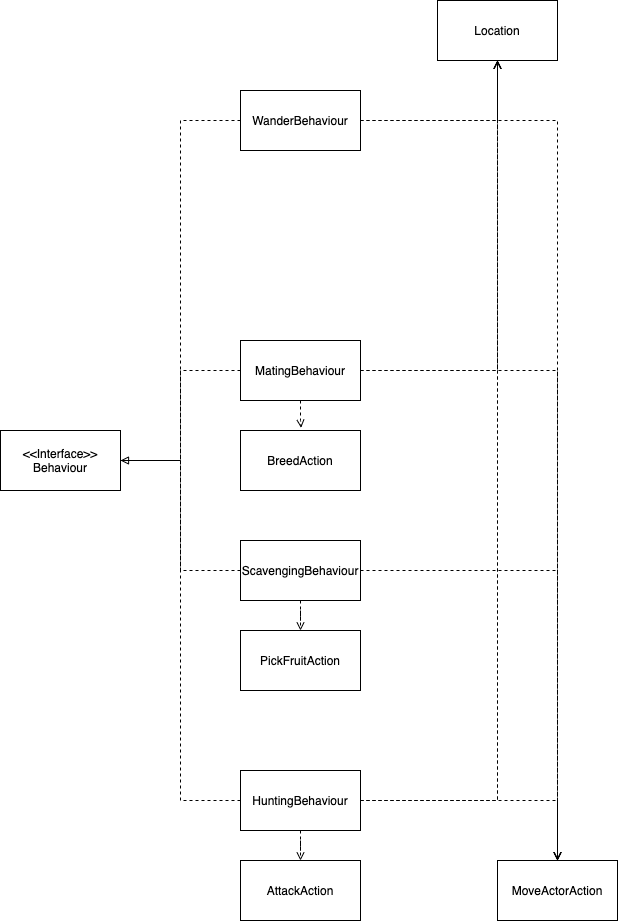
The draw.io diagram docs/FIT2099_A1_UML_Behaviour.png in Nochl/Jurrasic_Park_Sim, before a commit. Source tidied: cells renumbered, new cells last; positions are measured from the earlier drawing's top-left corner, leaving out a move shared by most shapes.
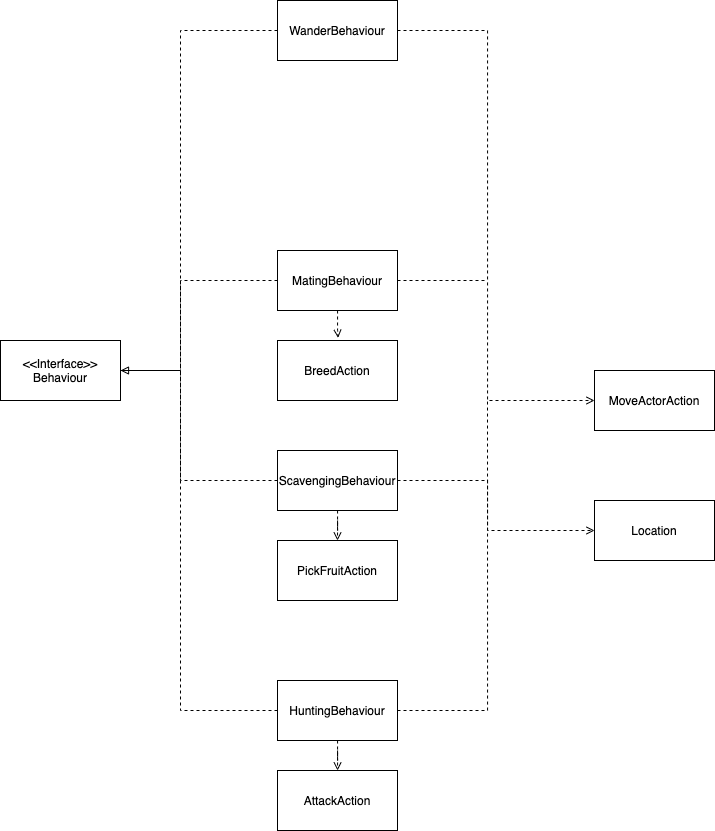
The same diagram one commit later.

Commit message:
Altered UML Class Diagrams

Change to the diagram source:
```diff
@@ -5,93 +5,93 @@
     <mxCell id="2" style="edgeStyle=orthogonalEdgeStyle;rounded=0;jettySize=auto;html=1;exitX=0;exitY=0.5;exitDx=0;exitDy=0;entryX=1;entryY=0.5;entryDx=0;entryDy=0;dashed=1;endArrow=block;endFill=0;" parent="1" edge="1" source="5" target="21">
       <mxGeometry relative="1" as="geometry">
         <Array as="points">
-          <mxPoint x="180" y="120" />
-          <mxPoint x="180" y="460" />
+          <mxPoint x="143" y="120" />
+          <mxPoint x="143" y="460" />
         </Array>
       </mxGeometry>
     </mxCell>
-    <mxCell id="3" style="edgeStyle=orthogonalEdgeStyle;rounded=0;jettySize=auto;html=1;entryX=0.5;entryY=0;entryDx=0;entryDy=0;dashed=1;endArrow=open;endFill=0;" parent="1" edge="1" source="5" target="23">
-      <mxGeometry relative="1" as="geometry" />
+    <mxCell id="3" style="edgeStyle=orthogonalEdgeStyle;rounded=0;jettySize=auto;html=1;exitX=1;exitY=0.5;exitDx=0;exitDy=0;dashed=1;endArrow=open;endFill=0;entryX=0;entryY=0.5;entryDx=0;entryDy=0;" parent="1" edge="1" source="5" target="23">
+      <mxGeometry relative="1" as="geometry">
+        <Array as="points">
+          <mxPoint x="450" y="120" />
+          <mxPoint x="450" y="490" />
+        </Array>
+      </mxGeometry>
     </mxCell>
-    <mxCell id="4" style="edgeStyle=orthogonalEdgeStyle;rounded=0;jettySize=auto;html=1;dashed=1;endArrow=open;endFill=0;" parent="1" edge="1" source="5" target="24">
-      <mxGeometry relative="1" as="geometry" />
-    </mxCell>
     <mxCell id="5" value="WanderBehaviour" style="whiteSpace=wrap;html=1;" parent="1" vertex="1">
       <mxGeometry x="240" y="90" width="120" height="60" as="geometry" />
     </mxCell>
     <mxCell id="6" style="edgeStyle=orthogonalEdgeStyle;rounded=0;jettySize=auto;html=1;exitX=0;exitY=0.5;exitDx=0;exitDy=0;entryX=1;entryY=0.5;entryDx=0;entryDy=0;dashed=1;endArrow=none;endFill=0;" parent="1" edge="1" source="10" target="21">
       <mxGeometry relative="1" as="geometry">
         <Array as="points">
-          <mxPoint x="180" y="370" />
-          <mxPoint x="180" y="460" />
+          <mxPoint x="143" y="370" />
+          <mxPoint x="143" y="460" />
         </Array>
       </mxGeometry>
     </mxCell>
-    <mxCell id="7" style="edgeStyle=orthogonalEdgeStyle;rounded=0;jettySize=auto;html=1;entryX=0.5;entryY=0;entryDx=0;entryDy=0;dashed=1;endArrow=open;endFill=0;" parent="1" edge="1" source="10" target="23">
-      <mxGeometry relative="1" as="geometry" />
-    </mxCell>
-    <mxCell id="8" style="edgeStyle=orthogonalEdgeStyle;rounded=0;jettySize=auto;html=1;entryX=0.5;entryY=1;entryDx=0;entryDy=0;dashed=1;endArrow=open;endFill=0;" parent="1" edge="1" source="10" target="24">
-      <mxGeometry relative="1" as="geometry" />
-    </mxCell>
     <mxCell id="9" style="edgeStyle=orthogonalEdgeStyle;rounded=0;jettySize=auto;html=1;entryX=0.505;entryY=-0.044;entryDx=0;entryDy=0;entryPerimeter=0;dashed=1;endArrow=open;endFill=0;" parent="1" edge="1" source="10" target="26">
       <mxGeometry relative="1" as="geometry" />
     </mxCell>
+    <mxCell id="27" style="edgeStyle=orthogonalEdgeStyle;rounded=0;jettySize=auto;html=1;dashed=1;endArrow=none;endFill=0;" parent="1" edge="1" source="10">
+      <mxGeometry relative="1" as="geometry">
+        <mxPoint x="450" y="370" as="targetPoint" />
+      </mxGeometry>
+    </mxCell>
     <mxCell id="10" value="MatingBehaviour" style="whiteSpace=wrap;html=1;" parent="1" vertex="1">
       <mxGeometry x="240" y="340" width="120" height="60" as="geometry" />
     </mxCell>
     <mxCell id="11" style="edgeStyle=orthogonalEdgeStyle;rounded=0;jettySize=auto;html=1;exitX=0;exitY=0.5;exitDx=0;exitDy=0;entryX=1;entryY=0.5;entryDx=0;entryDy=0;dashed=1;endArrow=none;endFill=0;" parent="1" edge="1" source="16" target="21">
       <mxGeometry relative="1" as="geometry">
         <Array as="points">
-          <mxPoint x="180" y="800" />
-          <mxPoint x="180" y="460" />
+          <mxPoint x="143" y="800" />
+          <mxPoint x="143" y="460" />
         </Array>
       </mxGeometry>
     </mxCell>
     <mxCell id="12" style="edgeStyle=orthogonalEdgeStyle;rounded=0;jettySize=auto;html=1;dashed=1;endArrow=open;endFill=0;" parent="1" edge="1" source="16" target="22">
       <mxGeometry relative="1" as="geometry" />
     </mxCell>
-    <mxCell id="13" style="edgeStyle=orthogonalEdgeStyle;rounded=0;jettySize=auto;html=1;entryX=0.5;entryY=1;entryDx=0;entryDy=0;endArrow=open;endFill=0;dashed=1;" parent="1" edge="1" source="16" target="24">
-      <mxGeometry relative="1" as="geometry" />
-    </mxCell>
-    <mxCell id="14" style="edgeStyle=orthogonalEdgeStyle;rounded=0;jettySize=auto;html=1;dashed=1;endArrow=open;endFill=0;" parent="1" edge="1" source="16">
-      <mxGeometry relative="1" as="geometry">
-        <mxPoint x="557" y="860" as="targetPoint" />
-      </mxGeometry>
-    </mxCell>
-    <mxCell id="15" style="edgeStyle=orthogonalEdgeStyle;rounded=0;jettySize=auto;html=1;entryX=0.5;entryY=1;entryDx=0;entryDy=0;dashed=1;endArrow=open;endFill=0;" parent="1" edge="1" source="16" target="24">
-      <mxGeometry relative="1" as="geometry" />
-    </mxCell>
+    <mxCell id="28" style="edgeStyle=orthogonalEdgeStyle;rounded=0;jettySize=auto;html=1;exitX=1;exitY=0.5;exitDx=0;exitDy=0;dashed=1;endArrow=none;endFill=0;" parent="1" edge="1" source="16">
+      <mxGeometry relative="1" as="geometry">
+        <mxPoint x="450" y="490" as="targetPoint" />
+      </mxGeometry>
+    </mxCell>
     <mxCell id="16" value="HuntingBehaviour" style="whiteSpace=wrap;html=1;" parent="1" vertex="1">
       <mxGeometry x="240" y="770" width="120" height="60" as="geometry" />
     </mxCell>
     <mxCell id="17" style="edgeStyle=orthogonalEdgeStyle;rounded=0;jettySize=auto;html=1;exitX=0;exitY=0.5;exitDx=0;exitDy=0;entryX=1;entryY=0.5;entryDx=0;entryDy=0;dashed=1;endArrow=none;endFill=0;" parent="1" edge="1" source="20" target="21">
       <mxGeometry relative="1" as="geometry">
         <Array as="points">
-          <mxPoint x="180" y="570" />
-          <mxPoint x="180" y="460" />
+          <mxPoint x="143" y="570" />
+          <mxPoint x="143" y="460" />
         </Array>
       </mxGeometry>
     </mxCell>
-    <mxCell id="18" style="edgeStyle=orthogonalEdgeStyle;rounded=0;jettySize=auto;html=1;entryX=0.5;entryY=0;entryDx=0;entryDy=0;dashed=1;endArrow=open;endFill=0;" parent="1" edge="1" source="20" target="23">
-      <mxGeometry relative="1" as="geometry" />
-    </mxCell>
     <mxCell id="19" style="edgeStyle=orthogonalEdgeStyle;rounded=0;jettySize=auto;html=1;entryX=0.5;entryY=0;entryDx=0;entryDy=0;dashed=1;endArrow=open;endFill=0;" parent="1" edge="1" source="20" target="25">
       <mxGeometry relative="1" as="geometry" />
     </mxCell>
+    <mxCell id="29" style="edgeStyle=orthogonalEdgeStyle;rounded=0;jettySize=auto;html=1;exitX=1;exitY=0.5;exitDx=0;exitDy=0;dashed=1;endArrow=open;endFill=0;entryX=0;entryY=0.5;entryDx=0;entryDy=0;" parent="1" edge="1" source="20" target="24">
+      <mxGeometry relative="1" as="geometry">
+        <Array as="points">
+          <mxPoint x="450" y="570" />
+          <mxPoint x="450" y="620" />
+        </Array>
+      </mxGeometry>
+    </mxCell>
     <mxCell id="20" value="ScavengingBehaviour" style="whiteSpace=wrap;html=1;" parent="1" vertex="1">
       <mxGeometry x="240" y="540" width="120" height="60" as="geometry" />
     </mxCell>
     <mxCell id="21" value="&amp;lt;&amp;lt;Interface&amp;gt;&amp;gt;&lt;br&gt;Behaviour" style="whiteSpace=wrap;html=1;" parent="1" vertex="1">
-      <mxGeometry y="430" width="120" height="60" as="geometry" />
+      <mxGeometry x="-37" y="430" width="120" height="60" as="geometry" />
     </mxCell>
     <mxCell id="22" value="AttackAction" style="whiteSpace=wrap;html=1;" parent="1" vertex="1">
       <mxGeometry x="240" y="860" width="120" height="60" as="geometry" />
     </mxCell>
     <mxCell id="23" value="MoveActorAction" style="whiteSpace=wrap;html=1;" parent="1" vertex="1">
-      <mxGeometry x="497" y="860" width="120" height="60" as="geometry" />
+      <mxGeometry x="557" y="460" width="120" height="60" as="geometry" />
     </mxCell>
     <mxCell id="24" value="Location" style="whiteSpace=wrap;html=1;" parent="1" vertex="1">
-      <mxGeometry x="437" width="120" height="60" as="geometry" />
+      <mxGeometry x="557" y="590" width="120" height="60" as="geometry" />
     </mxCell>
     <mxCell id="25" value="PickFruitAction" style="whiteSpace=wrap;html=1;" parent="1" vertex="1">
       <mxGeometry x="240" y="630" width="120" height="60" as="geometry" />
```
